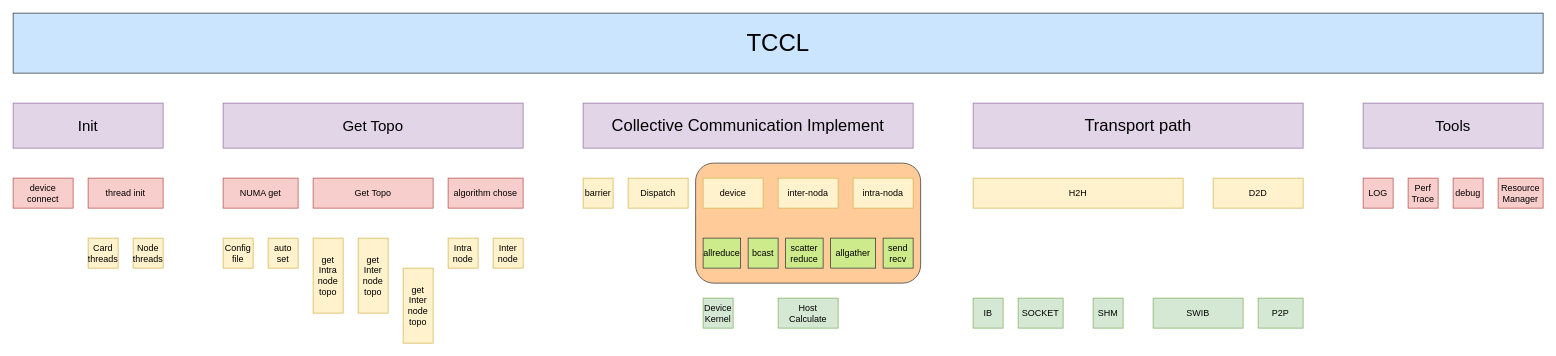
This is TCCL_ARCH/tccl_structure.drawio from BEYHHH/SBLP, a draw.io file, before an edit. Source tidied: cells renumbered, new cells numbered last; positions are measured from the earlier drawing's top-left corner, leaving out a move shared by most shapes. Both pictures are drawn from the tidied source at 75%, with x=0, y=0 at pixel (13, 13).
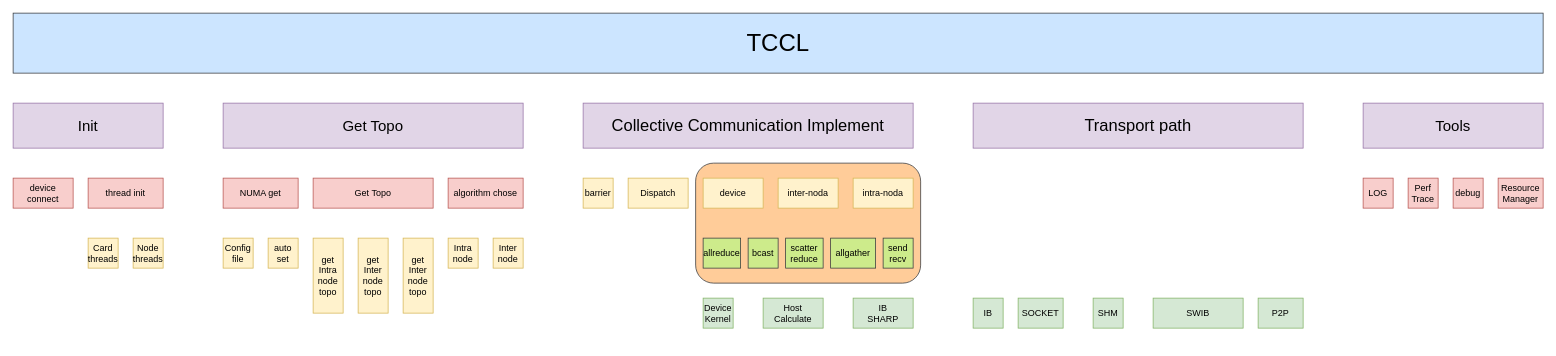
The same diagram, later.

The edit, as a diff of the source:
```diff
@@
-    <mxCell id="13" value="H2H" style="rounded=0;whiteSpace=wrap;html=1;fillColor=#fff2cc;strokeColor=#d6b656;" parent="1" vertex="1">
-      <mxGeometry x="1280" y="220" width="280" height="40" as="geometry" />
-    </mxCell>
-    <mxCell id="14" value="D2D" style="rounded=0;whiteSpace=wrap;html=1;fillColor=#fff2cc;strokeColor=#d6b656;" parent="1" vertex="1">
-      <mxGeometry x="1600" y="220" width="120" height="40" as="geometry" />
-    </mxCell>
@@
     <mxCell id="30" value="Host&lt;br&gt;Calculate" style="rounded=0;whiteSpace=wrap;html=1;fillColor=#d5e8d4;strokeColor=#82b366;" parent="1" vertex="1">
-      <mxGeometry x="1020" y="380" width="80" height="40" as="geometry" />
+      <mxGeometry x="1000" y="380" width="80" height="40" as="geometry" />
     </mxCell>
@@
     <mxCell id="45" value="get&lt;br&gt;Inter&lt;br&gt;node&lt;br&gt;topo" style="rounded=0;whiteSpace=wrap;html=1;fillColor=#fff2cc;strokeColor=#d6b656;" parent="1" vertex="1">
-      <mxGeometry x="520" y="340" width="40" height="100" as="geometry" />
+      <mxGeometry x="520" y="300" width="40" height="100" as="geometry" />
     </mxCell>
+    <mxCell id="46" value="IB&lt;br&gt;SHARP" style="rounded=0;whiteSpace=wrap;html=1;fillColor=#d5e8d4;strokeColor=#82b366;" parent="1" vertex="1">
+      <mxGeometry x="1120" y="380" width="80" height="40" as="geometry" />
+    </mxCell>
```
